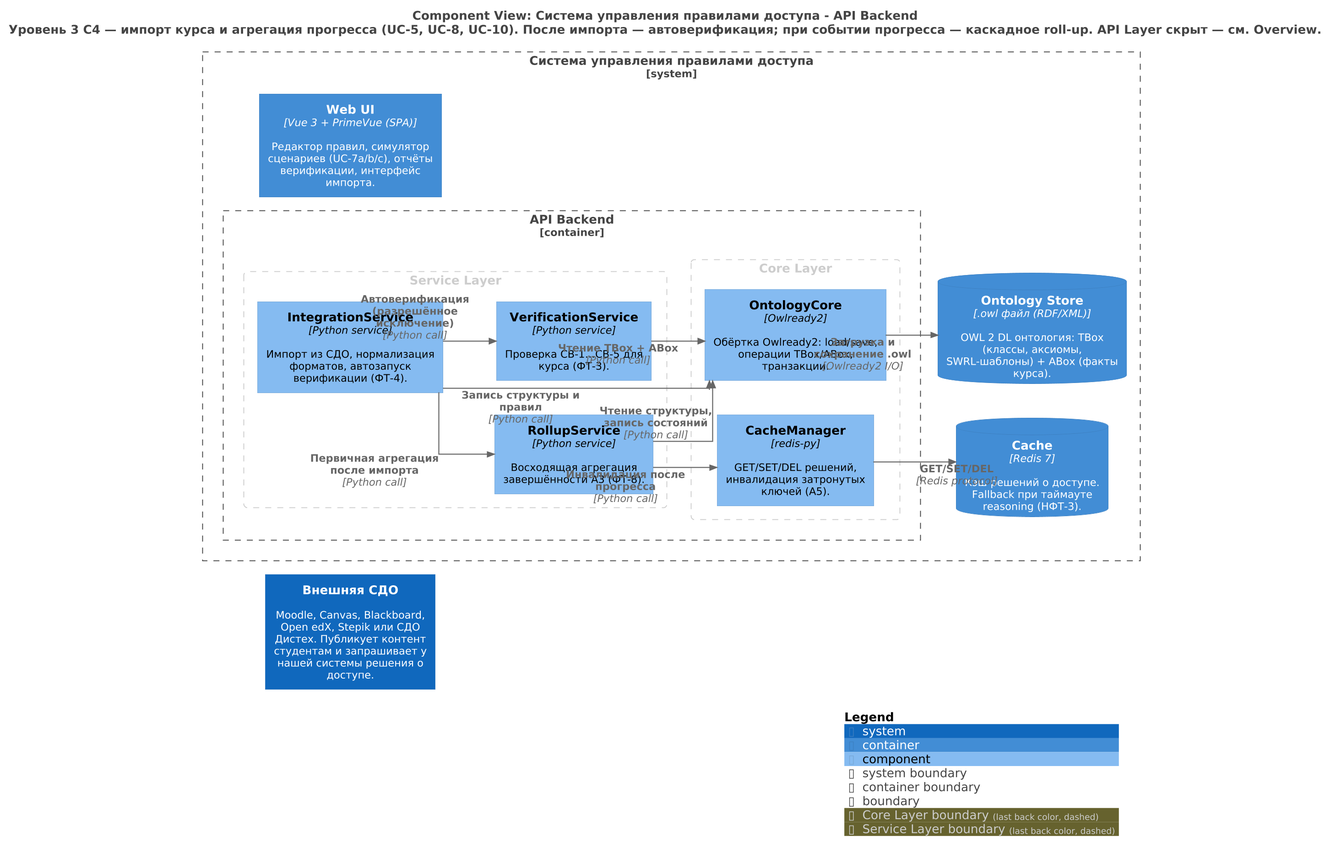
The PlantUML diagram diagrams/c4/exports/png/structurizr-IntegrationRollup.png in Readiee/vkr-access-control, before a commit.
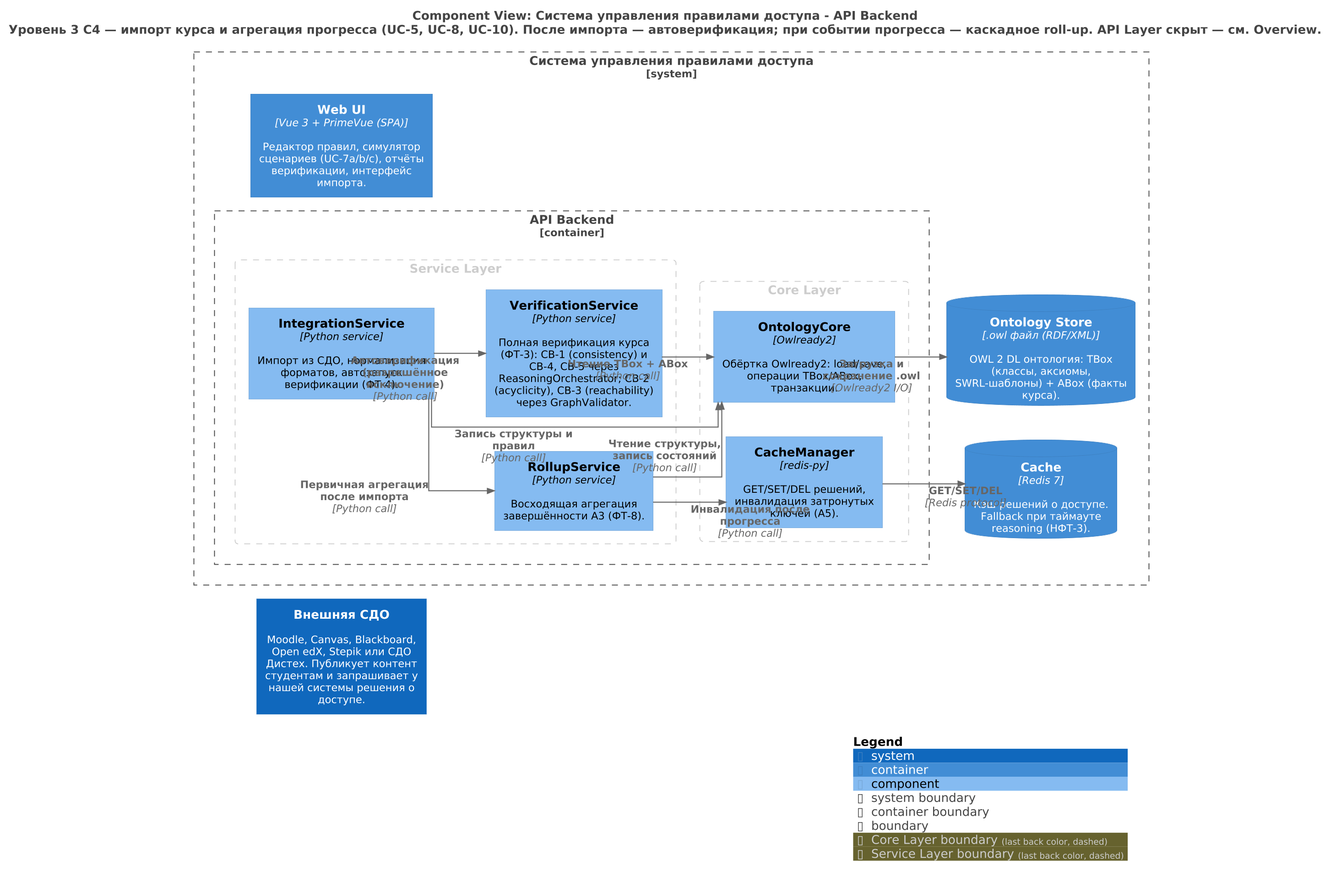
After the change.

What changed in the source:
```diff
@@ -41,7 +41,7 @@
 
     AddBoundaryTag("Service Layer", $borderColor="#cccccc", $fontColor="#cccccc", $borderStyle="dashed")
     Boundary(group_2, "Service Layer", $tags="Service Layer") {
-      Component(Системауправленияправиламидоступа.APIBackend.VerificationService, "VerificationService", $techn="Python service", $descr="Проверка СВ-1…СВ-5 для курса (ФТ-3).", $tags="", $link="")
+      Component(Системауправленияправиламидоступа.APIBackend.VerificationService, "VerificationService", $techn="Python service", $descr="Полная верификация курса (ФТ-3): СВ-1 (consistency) и СВ-4, СВ-5 через ReasoningOrchestrator; СВ-2 (acyclicity), СВ-3 (reachability) через GraphValidator.", $tags="", $link="")
       Component(Системауправленияправиламидоступа.APIBackend.RollupService, "RollupService", $techn="Python service", $descr="Восходящая агрегация завершённости А3 (ФТ-8).", $tags="", $link="")
       Component(Системауправленияправиламидоступа.APIBackend.IntegrationService, "IntegrationService", $techn="Python service", $descr="Импорт из СДО, нормализация форматов, автозапуск верификации (ФТ-4).", $tags="", $link="")
     }
```
